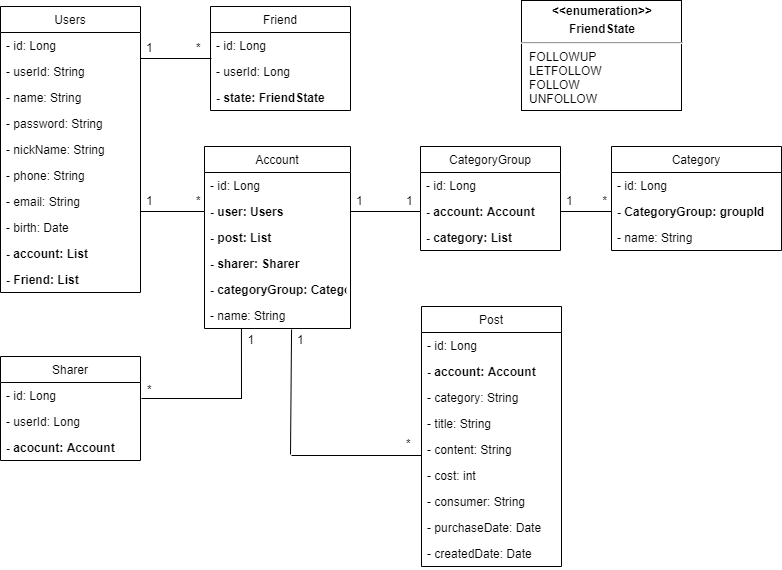
Kpearl/gongbu_server keeps this draw.io diagram as image/UML.png. Above is the earlier version. Source tidied: cells renumbered, new cells last; positions are measured from the earlier drawing's top-left corner, leaving out a move shared by most shapes.
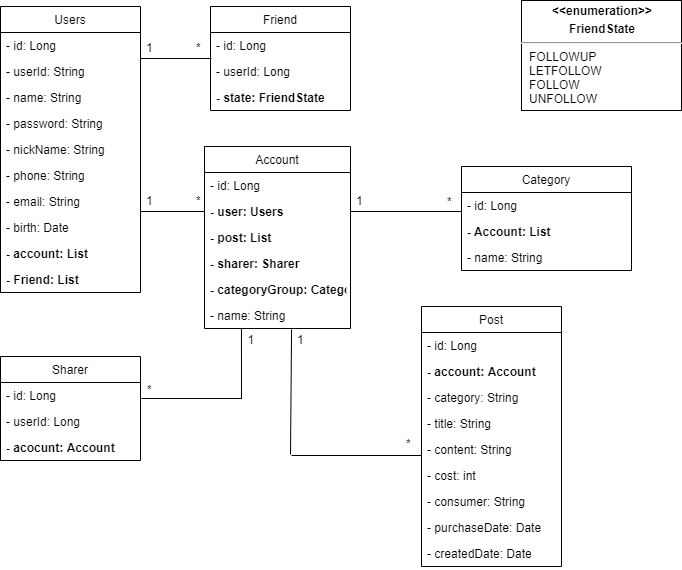
The same diagram one commit later.

The edit, as a diff of the source:
```diff
@@ -26,22 +26,13 @@
       <mxGeometry x="400" y="430" width="20" height="30" as="geometry" />
     </mxCell>
     <mxCell id="8" style="line;strokeWidth=1;fillColor=none;align=left;verticalAlign=middle;spacingTop=-1;spacingLeft=3;spacingRight=3;labelPosition=right;" parent="1" vertex="1">
-      <mxGeometry x="350" y="207" width="70" height="8" as="geometry" />
+      <mxGeometry x="350" y="207" width="111" height="8" as="geometry" />
     </mxCell>
     <mxCell id="9" value="1" style="text;strokeColor=none;fillColor=none;align=left;verticalAlign=top;spacingLeft=4;spacingRight=4;overflow=hidden;" parent="1" vertex="1">
       <mxGeometry x="350" y="187" width="20" height="20" as="geometry" />
     </mxCell>
-    <mxCell id="10" value="1" style="text;strokeColor=none;fillColor=none;align=left;verticalAlign=top;spacingLeft=4;spacingRight=4;overflow=hidden;" parent="1" vertex="1">
-      <mxGeometry x="400" y="187" width="20" height="20" as="geometry" />
-    </mxCell>
-    <mxCell id="11" style="line;strokeWidth=1;fillColor=none;align=left;verticalAlign=middle;spacingTop=-1;spacingLeft=3;spacingRight=3;labelPosition=right;" parent="1" vertex="1">
-      <mxGeometry x="560" y="207" width="51" height="8" as="geometry" />
-    </mxCell>
-    <mxCell id="12" value="1" style="text;strokeColor=none;fillColor=none;align=left;verticalAlign=top;spacingLeft=4;spacingRight=4;overflow=hidden;" parent="1" vertex="1">
-      <mxGeometry x="560" y="187" width="20" height="20" as="geometry" />
-    </mxCell>
     <mxCell id="13" value="*" style="text;strokeColor=none;fillColor=none;align=left;verticalAlign=top;spacingLeft=4;spacingRight=4;overflow=hidden;" parent="1" vertex="1">
-      <mxGeometry x="596.5" y="187" width="21" height="30" as="geometry" />
+      <mxGeometry x="441" y="188" width="21" height="30" as="geometry" />
     </mxCell>
     <mxCell id="14" style="line;strokeWidth=1;fillColor=none;align=left;verticalAlign=middle;spacingTop=-1;spacingLeft=3;spacingRight=3;labelPosition=right;" parent="1" vertex="1">
       <mxGeometry x="140" y="54" width="71" height="8" as="geometry" />
@@ -88,18 +79,6 @@
     <mxCell id="28" value="- Friend: List" style="text;strokeColor=none;fillColor=none;align=left;verticalAlign=top;spacingLeft=4;spacingRight=4;overflow=hidden;fontStyle=1;" parent="18" vertex="1">
       <mxGeometry y="260" width="140" height="26" as="geometry" />
     </mxCell>
-    <mxCell id="29" value="CategoryGroup" style="swimlane;fontStyle=0;horizontal=1;startSize=26;fillColor=none;" parent="1" vertex="1">
-      <mxGeometry x="420" y="146" width="140" height="104" as="geometry" />
-    </mxCell>
-    <mxCell id="30" value="- id: Long" style="text;strokeColor=none;fillColor=none;align=left;verticalAlign=top;spacingLeft=4;spacingRight=4;overflow=hidden;" parent="29" vertex="1">
-      <mxGeometry y="26" width="140" height="26" as="geometry" />
-    </mxCell>
-    <mxCell id="31" value="- account: Account" style="text;strokeColor=none;fillColor=none;align=left;verticalAlign=top;spacingLeft=4;spacingRight=4;overflow=hidden;fontStyle=1;" parent="29" vertex="1">
-      <mxGeometry y="52" width="140" height="26" as="geometry" />
-    </mxCell>
-    <mxCell id="32" value="- category: List" style="text;strokeColor=none;fillColor=none;align=left;verticalAlign=top;spacingLeft=4;spacingRight=4;overflow=hidden;fontStyle=1;" parent="29" vertex="1">
-      <mxGeometry y="78" width="140" height="26" as="geometry" />
-    </mxCell>
     <mxCell id="33" value="Friend" style="swimlane;fontStyle=0;horizontal=1;startSize=26;fillColor=none;" parent="1" vertex="1">
       <mxGeometry x="210" y="6" width="140" height="104" as="geometry" />
     </mxCell>
@@ -172,18 +151,6 @@
     <mxCell id="55" value="- acocunt: Account" style="text;strokeColor=none;fillColor=none;align=left;verticalAlign=top;spacingLeft=4;spacingRight=4;overflow=hidden;fontStyle=1;" parent="52" vertex="1">
       <mxGeometry y="78" width="140" height="26" as="geometry" />
     </mxCell>
-    <mxCell id="56" value="Category" style="swimlane;fontStyle=0;horizontal=1;startSize=26;fillColor=none;" parent="1" vertex="1">
-      <mxGeometry x="611" y="146" width="170" height="104" as="geometry" />
-    </mxCell>
-    <mxCell id="57" value="- id: Long" style="text;strokeColor=none;fillColor=none;align=left;verticalAlign=top;spacingLeft=4;spacingRight=4;overflow=hidden;" parent="56" vertex="1">
-      <mxGeometry y="26" width="170" height="26" as="geometry" />
-    </mxCell>
-    <mxCell id="58" value="- CategoryGroup: groupId" style="text;strokeColor=none;fillColor=none;align=left;verticalAlign=top;spacingLeft=4;spacingRight=4;overflow=hidden;fontStyle=1;" parent="56" vertex="1">
-      <mxGeometry y="52" width="170" height="26" as="geometry" />
-    </mxCell>
-    <mxCell id="59" value="- name: String" style="text;strokeColor=none;fillColor=none;align=left;verticalAlign=top;spacingLeft=4;spacingRight=4;overflow=hidden;" parent="56" vertex="1">
-      <mxGeometry y="78" width="170" height="26" as="geometry" />
-    </mxCell>
     <mxCell id="60" value="Account" style="swimlane;fontStyle=0;horizontal=1;startSize=26;fillColor=none;" parent="1" vertex="1">
       <mxGeometry x="204" y="146" width="146" height="182" as="geometry" />
     </mxCell>
@@ -205,5 +172,17 @@
     <mxCell id="66" value="- name: String" style="text;strokeColor=none;fillColor=none;align=left;verticalAlign=top;spacingLeft=4;spacingRight=4;overflow=hidden;" parent="60" vertex="1">
       <mxGeometry y="156" width="146" height="26" as="geometry" />
     </mxCell>
+    <mxCell id="56" value="Category" style="swimlane;fontStyle=0;horizontal=1;startSize=26;fillColor=none;" parent="1" vertex="1">
+      <mxGeometry x="461" y="166" width="170" height="104" as="geometry" />
+    </mxCell>
+    <mxCell id="57" value="- id: Long" style="text;strokeColor=none;fillColor=none;align=left;verticalAlign=top;spacingLeft=4;spacingRight=4;overflow=hidden;" parent="56" vertex="1">
+      <mxGeometry y="26" width="170" height="26" as="geometry" />
+    </mxCell>
+    <mxCell id="58" value="- Account: List" style="text;strokeColor=none;fillColor=none;align=left;verticalAlign=top;spacingLeft=4;spacingRight=4;overflow=hidden;fontStyle=1;" parent="56" vertex="1">
+      <mxGeometry y="52" width="170" height="26" as="geometry" />
+    </mxCell>
+    <mxCell id="59" value="- name: String" style="text;strokeColor=none;fillColor=none;align=left;verticalAlign=top;spacingLeft=4;spacingRight=4;overflow=hidden;" parent="56" vertex="1">
+      <mxGeometry y="78" width="170" height="26" as="geometry" />
+    </mxCell>
   </root>
 </mxGraphModel>
```
